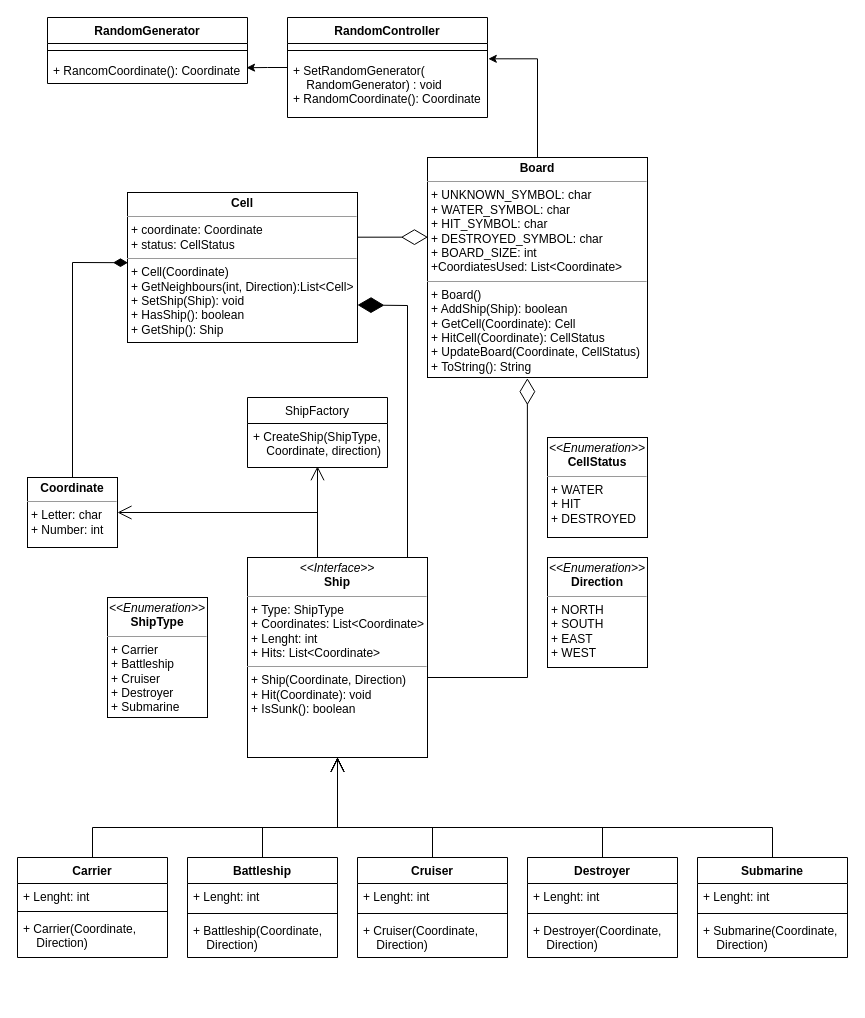
The draw.io diagram UML.drawio in CesarSnake/Battleship, before the edit. Source tidied: cells renumbered, new cells numbered last; positions are measured from the earlier drawing's top-left corner, leaving out a move shared by most shapes. Both pictures are drawn from the tidied source at 100%, with x=0, y=0 at pixel (17, 17).
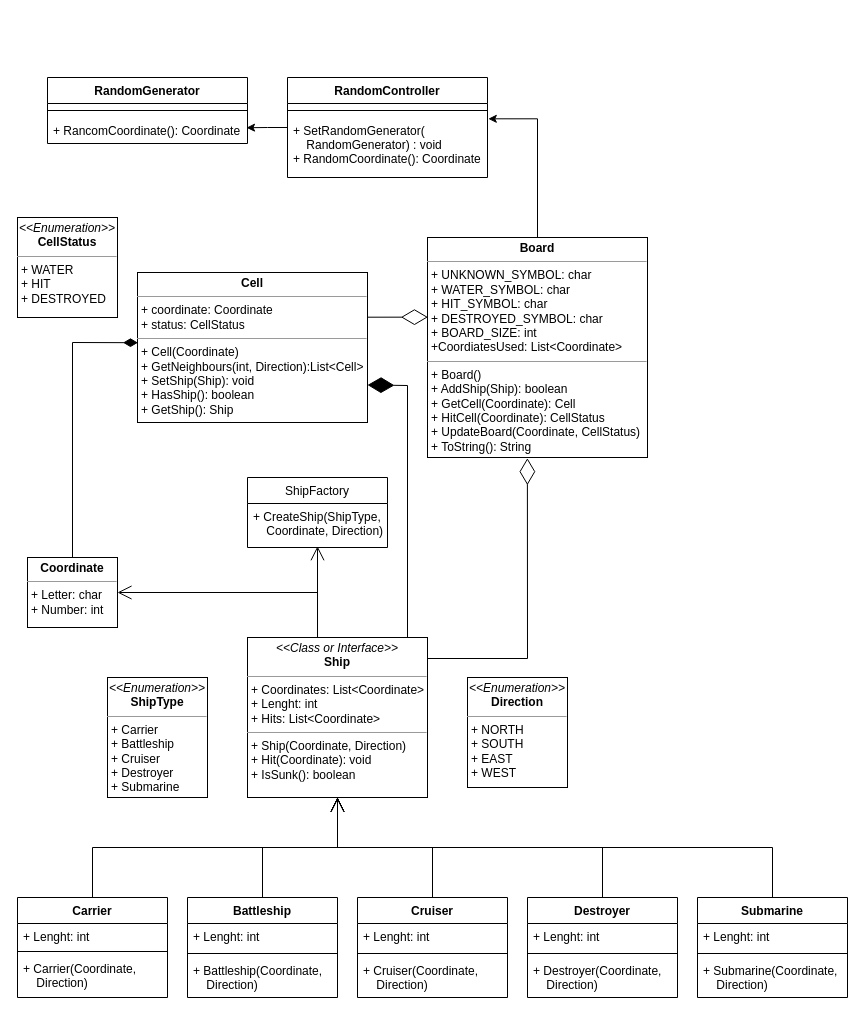
The same page after the edit.

Commit message (it also covers changes not shown here):
Created ShipTest [Broke build] Pending to implement Ship methods

Change to the diagram source:
```diff
@@
-    <mxCell id="2" value="&lt;p style=&quot;margin: 0px ; margin-top: 4px ; text-align: center&quot;&gt;&lt;i&gt;&amp;lt;&amp;lt;Interface&amp;gt;&amp;gt;&lt;/i&gt;&lt;br&gt;&lt;b&gt;Ship&lt;/b&gt;&lt;/p&gt;&lt;hr size=&quot;1&quot;&gt;&lt;p style=&quot;margin: 0px ; margin-left: 4px&quot;&gt;+ Type: ShipType&lt;/p&gt;&lt;p style=&quot;margin: 0px ; margin-left: 4px&quot;&gt;+ Coordinates: List&amp;lt;Coordinate&amp;gt;&lt;br&gt;&lt;/p&gt;&lt;p style=&quot;margin: 0px ; margin-left: 4px&quot;&gt;+ Lenght: int&lt;/p&gt;&lt;p style=&quot;margin: 0px ; margin-left: 4px&quot;&gt;+ Hits: List&amp;lt;Coordinate&amp;gt;&lt;/p&gt;&lt;hr size=&quot;1&quot;&gt;&lt;p style=&quot;margin: 0px ; margin-left: 4px&quot;&gt;+ Ship(Coordinate, Direction)&lt;/p&gt;&lt;p style=&quot;margin: 0px ; margin-left: 4px&quot;&gt;+ Hit(Coordinate): void&lt;br&gt;+ IsSunk(): boolean&lt;/p&gt;" style="verticalAlign=top;align=left;overflow=fill;fontSize=12;fontFamily=Helvetica;html=1;" parent="1" vertex="1">
-      <mxGeometry x="230" y="540" width="180" height="200" as="geometry" />
+    <mxCell id="2" value="&lt;p style=&quot;margin: 0px ; margin-top: 4px ; text-align: center&quot;&gt;&lt;i&gt;&amp;lt;&amp;lt;Class or Interface&amp;gt;&amp;gt;&lt;/i&gt;&lt;br&gt;&lt;b&gt;Ship&lt;/b&gt;&lt;/p&gt;&lt;hr size=&quot;1&quot;&gt;&lt;p style=&quot;margin: 0px ; margin-left: 4px&quot;&gt;&lt;span&gt;+ Coordinates: List&amp;lt;Coordinate&amp;gt;&lt;/span&gt;&lt;br&gt;&lt;/p&gt;&lt;p style=&quot;margin: 0px ; margin-left: 4px&quot;&gt;+ Lenght: int&lt;/p&gt;&lt;p style=&quot;margin: 0px ; margin-left: 4px&quot;&gt;+ Hits: List&amp;lt;Coordinate&amp;gt;&lt;/p&gt;&lt;hr size=&quot;1&quot;&gt;&lt;p style=&quot;margin: 0px ; margin-left: 4px&quot;&gt;+ Ship(Coordinate, Direction)&lt;/p&gt;&lt;p style=&quot;margin: 0px ; margin-left: 4px&quot;&gt;+ Hit(Coordinate): void&lt;br&gt;+ IsSunk(): boolean&lt;/p&gt;" style="verticalAlign=top;align=left;overflow=fill;fontSize=12;fontFamily=Helvetica;html=1;" parent="1" vertex="1">
+      <mxGeometry x="230" y="620" width="180" height="160" as="geometry" />
     </mxCell>
     <mxCell id="3" value="&lt;p style=&quot;margin: 0px ; margin-top: 4px ; text-align: center&quot;&gt;&lt;i&gt;&amp;lt;&amp;lt;Enumeration&amp;gt;&amp;gt;&lt;/i&gt;&lt;br&gt;&lt;b&gt;ShipType&lt;/b&gt;&lt;/p&gt;&lt;hr size=&quot;1&quot;&gt;&lt;p style=&quot;margin: 0px ; margin-left: 4px&quot;&gt;+ Carrier&lt;/p&gt;&lt;p style=&quot;margin: 0px ; margin-left: 4px&quot;&gt;+ Battleship&lt;/p&gt;&lt;p style=&quot;margin: 0px ; margin-left: 4px&quot;&gt;+ Cruiser&lt;/p&gt;&lt;p style=&quot;margin: 0px ; margin-left: 4px&quot;&gt;+ Destroyer&lt;/p&gt;&lt;p style=&quot;margin: 0px ; margin-left: 4px&quot;&gt;+ Submarine&lt;/p&gt;" style="verticalAlign=top;align=left;overflow=fill;fontSize=12;fontFamily=Helvetica;html=1;" parent="1" vertex="1">
-      <mxGeometry x="90" y="580" width="100" height="120" as="geometry" />
+      <mxGeometry x="90" y="660" width="100" height="120" as="geometry" />
     </mxCell>
     <mxCell id="4" value="&lt;p style=&quot;margin: 0px ; margin-top: 4px ; text-align: center&quot;&gt;&lt;b&gt;Coordinate&lt;/b&gt;&lt;/p&gt;&lt;hr size=&quot;1&quot;&gt;&lt;p style=&quot;margin: 0px ; margin-left: 4px&quot;&gt;+ Letter: char&lt;/p&gt;&lt;p style=&quot;margin: 0px ; margin-left: 4px&quot;&gt;+ Number: int&lt;/p&gt;" style="verticalAlign=top;align=left;overflow=fill;fontSize=12;fontFamily=Helvetica;html=1;" parent="1" vertex="1">
-      <mxGeometry x="10" y="460" width="90" height="70" as="geometry" />
+      <mxGeometry x="10" y="540" width="90" height="70" as="geometry" />
     </mxCell>
     <mxCell id="5" value="Carrier" style="swimlane;fontStyle=1;align=center;verticalAlign=top;horizontal=1;startSize=26;" parent="1" vertex="1">
-      <mxGeometry y="840" width="150" height="100" as="geometry" />
+      <mxGeometry y="880" width="150" height="100" as="geometry" />
     </mxCell>
@@
     <mxCell id="9" value="Battleship" style="swimlane;fontStyle=1;align=center;verticalAlign=top;horizontal=1;startSize=26;" parent="1" vertex="1">
-      <mxGeometry x="170" y="840" width="150" height="100" as="geometry" />
+      <mxGeometry x="170" y="880" width="150" height="100" as="geometry" />
     </mxCell>
@@
     <mxCell id="13" value="Submarine" style="swimlane;fontStyle=1;align=center;verticalAlign=top;horizontal=1;startSize=26;" parent="1" vertex="1">
-      <mxGeometry x="680" y="840" width="150" height="100" as="geometry" />
+      <mxGeometry x="680" y="880" width="150" height="100" as="geometry" />
     </mxCell>
@@
     <mxCell id="17" value="Destroyer" style="swimlane;fontStyle=1;align=center;verticalAlign=top;horizontal=1;startSize=26;" parent="1" vertex="1">
-      <mxGeometry x="510" y="840" width="150" height="100" as="geometry" />
+      <mxGeometry x="510" y="880" width="150" height="100" as="geometry" />
     </mxCell>
@@
     <mxCell id="21" value="Cruiser" style="swimlane;fontStyle=1;align=center;verticalAlign=top;horizontal=1;startSize=26;" parent="1" vertex="1">
-      <mxGeometry x="340" y="840" width="150" height="100" as="geometry" />
+      <mxGeometry x="340" y="880" width="150" height="100" as="geometry" />
     </mxCell>
@@
     <mxCell id="26" value="&lt;p style=&quot;margin: 0px ; margin-top: 4px ; text-align: center&quot;&gt;&lt;b&gt;Board&lt;/b&gt;&lt;/p&gt;&lt;hr size=&quot;1&quot;&gt;&lt;p style=&quot;margin: 0px 0px 0px 4px&quot;&gt;+ UNKNOWN_SYMBOL: char&lt;/p&gt;&lt;p style=&quot;margin: 0px ; margin-left: 4px&quot;&gt;+ WATER_SYMBOL: char&lt;br&gt;&lt;/p&gt;&lt;p style=&quot;margin: 0px ; margin-left: 4px&quot;&gt;&lt;span&gt;+ HIT_SYMBOL: char&lt;/span&gt;&lt;br&gt;&lt;/p&gt;&lt;p style=&quot;margin: 0px ; margin-left: 4px&quot;&gt;+ DESTROYED_SYMBOL: char&lt;br&gt;+ BOARD_SIZE: int&lt;br&gt;+CoordiatesUsed: List&amp;lt;Coordinate&amp;gt;&lt;/p&gt;&lt;hr size=&quot;1&quot;&gt;&lt;p style=&quot;margin: 0px ; margin-left: 4px&quot;&gt;+ Board()&lt;/p&gt;&lt;p style=&quot;margin: 0px ; margin-left: 4px&quot;&gt;+ AddShip(Ship): boolean&lt;/p&gt;&lt;p style=&quot;margin: 0px ; margin-left: 4px&quot;&gt;+ GetCell(Coordinate): Cell&lt;br&gt;&lt;/p&gt;&lt;p style=&quot;margin: 0px ; margin-left: 4px&quot;&gt;+ HitCell(Coordinate): CellStatus&lt;/p&gt;&lt;p style=&quot;margin: 0px ; margin-left: 4px&quot;&gt;+ UpdateBoard(Coordinate, CellStatus)&lt;/p&gt;&lt;p style=&quot;margin: 0px ; margin-left: 4px&quot;&gt;+ ToString(): String&lt;/p&gt;&lt;p style=&quot;margin: 0px ; margin-left: 4px&quot;&gt;&lt;br&gt;&lt;/p&gt;" style="verticalAlign=top;align=left;overflow=fill;fontSize=12;fontFamily=Helvetica;html=1;" parent="1" vertex="1">
-      <mxGeometry x="410" y="140" width="220" height="220" as="geometry" />
+      <mxGeometry x="410" y="220" width="220" height="220" as="geometry" />
     </mxCell>
     <mxCell id="27" value="&lt;p style=&quot;margin: 0px ; margin-top: 4px ; text-align: center&quot;&gt;&lt;b&gt;Cell&lt;/b&gt;&lt;/p&gt;&lt;hr size=&quot;1&quot;&gt;&lt;p style=&quot;margin: 0px ; margin-left: 4px&quot;&gt;+ coordinate: Coordinate&lt;/p&gt;&lt;p style=&quot;margin: 0px ; margin-left: 4px&quot;&gt;+ status: CellStatus&lt;/p&gt;&lt;hr size=&quot;1&quot;&gt;&lt;p style=&quot;margin: 0px ; margin-left: 4px&quot;&gt;+ Cell(Coordinate)&lt;/p&gt;&lt;p style=&quot;margin: 0px ; margin-left: 4px&quot;&gt;+ GetNeighbours(int, Direction):List&amp;lt;Cell&amp;gt;&lt;/p&gt;&lt;p style=&quot;margin: 0px ; margin-left: 4px&quot;&gt;+ SetShip(Ship): void&lt;/p&gt;&lt;p style=&quot;margin: 0px ; margin-left: 4px&quot;&gt;+ HasShip(): boolean&lt;/p&gt;&lt;p style=&quot;margin: 0px ; margin-left: 4px&quot;&gt;+ GetShip(): Ship&lt;/p&gt;" style="verticalAlign=top;align=left;overflow=fill;fontSize=12;fontFamily=Helvetica;html=1;" parent="1" vertex="1">
-      <mxGeometry x="110" y="175" width="230" height="150" as="geometry" />
+      <mxGeometry x="120" y="255" width="230" height="150" as="geometry" />
     </mxCell>
@@
     <mxCell id="29" style="endArrow=diamondThin;endFill=1;endSize=12;html=1;rounded=0;entryX=0.002;entryY=0.468;entryDx=0;entryDy=0;exitX=0.5;exitY=0;exitDx=0;exitDy=0;entryPerimeter=0;" parent="1" edge="1" source="4" target="27">
       <mxGeometry relative="1" as="geometry">
         <Array as="points">
-          <mxPoint x="55" y="245" />
+          <mxPoint x="55" y="325" />
         </Array>
       </mxGeometry>
     </mxCell>
     <mxCell id="30" style="endArrow=open;endFill=1;endSize=12;html=1;rounded=0;entryX=0.5;entryY=1;entryDx=0;entryDy=0;exitX=0.5;exitY=0;exitDx=0;exitDy=0;" parent="1" edge="1" source="13" target="2">
       <mxGeometry relative="1" as="geometry">
         <Array as="points">
-          <mxPoint x="755" y="810" />
-          <mxPoint x="320" y="810" />
+          <mxPoint x="755" y="830" />
+          <mxPoint x="320" y="830" />
         </Array>
       </mxGeometry>
     </mxCell>
     <mxCell id="31" style="endArrow=open;endFill=1;endSize=12;html=1;rounded=0;entryX=0.5;entryY=1;entryDx=0;entryDy=0;exitX=0.5;exitY=0;exitDx=0;exitDy=0;" parent="1" edge="1" source="5" target="2">
       <mxGeometry relative="1" as="geometry">
         <Array as="points">
-          <mxPoint x="75" y="810" />
-          <mxPoint x="320" y="810" />
+          <mxPoint x="75" y="830" />
+          <mxPoint x="320" y="830" />
         </Array>
       </mxGeometry>
     </mxCell>
-    <mxCell id="32" style="endArrow=open;endFill=1;endSize=12;html=1;rounded=0;exitX=0.5;exitY=0;exitDx=0;exitDy=0;" parent="1" edge="1" source="17">
+    <mxCell id="32" style="endArrow=open;endFill=1;endSize=12;html=1;rounded=0;exitX=0.5;exitY=0;exitDx=0;exitDy=0;entryX=0.5;entryY=1;entryDx=0;entryDy=0;" parent="1" edge="1" source="17" target="2">
       <mxGeometry relative="1" as="geometry">
-        <mxPoint x="320" y="740" as="targetPoint" />
         <Array as="points">
-          <mxPoint x="585" y="810" />
-          <mxPoint x="320" y="810" />
+          <mxPoint x="585" y="830" />
+          <mxPoint x="320" y="830" />
         </Array>
       </mxGeometry>
     </mxCell>
-    <mxCell id="33" style="endArrow=open;endFill=1;endSize=12;html=1;rounded=0;exitX=0.5;exitY=0;exitDx=0;exitDy=0;" parent="1" edge="1" source="9">
+    <mxCell id="33" style="endArrow=open;endFill=1;endSize=12;html=1;rounded=0;exitX=0.5;exitY=0;exitDx=0;exitDy=0;" parent="1" edge="1" source="9" target="2">
       <mxGeometry relative="1" as="geometry">
-        <mxPoint x="320" y="740" as="targetPoint" />
         <Array as="points">
-          <mxPoint x="245" y="810" />
-          <mxPoint x="320" y="810" />
+          <mxPoint x="245" y="830" />
+          <mxPoint x="320" y="830" />
         </Array>
       </mxGeometry>
     </mxCell>
-    <mxCell id="34" style="endArrow=open;endFill=1;endSize=12;html=1;rounded=0;exitX=0.5;exitY=0;exitDx=0;exitDy=0;" parent="1" edge="1" source="21">
+    <mxCell id="34" style="endArrow=open;endFill=1;endSize=12;html=1;rounded=0;exitX=0.5;exitY=0;exitDx=0;exitDy=0;entryX=0.5;entryY=1;entryDx=0;entryDy=0;" parent="1" edge="1" source="21" target="2">
       <mxGeometry relative="1" as="geometry">
-        <mxPoint x="320" y="740" as="targetPoint" />
         <Array as="points">
-          <mxPoint x="415" y="810" />
-          <mxPoint x="320" y="810" />
+          <mxPoint x="415" y="830" />
+          <mxPoint x="320" y="830" />
         </Array>
       </mxGeometry>
     </mxCell>
-    <mxCell id="35" style="endArrow=diamondThin;endFill=0;endSize=24;html=1;rounded=0;entryX=0.454;entryY=1.003;entryDx=0;entryDy=0;exitX=1;exitY=0.6;exitDx=0;exitDy=0;exitPerimeter=0;entryPerimeter=0;" parent="1" edge="1" source="2" target="26">
+    <mxCell id="35" style="endArrow=diamondThin;endFill=0;endSize=24;html=1;rounded=0;entryX=0.454;entryY=1.003;entryDx=0;entryDy=0;entryPerimeter=0;" parent="1" edge="1" target="26">
       <mxGeometry relative="1" as="geometry">
+        <mxPoint x="410" y="641" as="sourcePoint" />
         <Array as="points">
-          <mxPoint x="510" y="660" />
+          <mxPoint x="510" y="641" />
         </Array>
       </mxGeometry>
     </mxCell>
     <mxCell id="36" value="&lt;p style=&quot;margin: 0px ; margin-top: 4px ; text-align: center&quot;&gt;&lt;i&gt;&amp;lt;&amp;lt;Enumeration&amp;gt;&amp;gt;&lt;/i&gt;&lt;br&gt;&lt;b&gt;CellStatus&lt;/b&gt;&lt;/p&gt;&lt;hr size=&quot;1&quot;&gt;&lt;p style=&quot;margin: 0px ; margin-left: 4px&quot;&gt;+ WATER&lt;br&gt;&lt;/p&gt;&lt;p style=&quot;margin: 0px ; margin-left: 4px&quot;&gt;+ HIT&lt;/p&gt;&lt;p style=&quot;margin: 0px ; margin-left: 4px&quot;&gt;+ DESTROYED&lt;/p&gt;" style="verticalAlign=top;align=left;overflow=fill;fontSize=12;fontFamily=Helvetica;html=1;" parent="1" vertex="1">
-      <mxGeometry x="530" y="420" width="100" height="100" as="geometry" />
+      <mxGeometry y="200" width="100" height="100" as="geometry" />
     </mxCell>
     <mxCell id="37" value="&lt;p style=&quot;margin: 0px ; margin-top: 4px ; text-align: center&quot;&gt;&lt;i&gt;&amp;lt;&amp;lt;Enumeration&amp;gt;&amp;gt;&lt;/i&gt;&lt;br&gt;&lt;b&gt;Direction&lt;/b&gt;&lt;/p&gt;&lt;hr size=&quot;1&quot;&gt;&lt;p style=&quot;margin: 0px ; margin-left: 4px&quot;&gt;+ NORTH&lt;br&gt;&lt;/p&gt;&lt;p style=&quot;margin: 0px ; margin-left: 4px&quot;&gt;+ SOUTH&lt;/p&gt;&lt;p style=&quot;margin: 0px ; margin-left: 4px&quot;&gt;+ EAST&lt;/p&gt;&lt;p style=&quot;margin: 0px ; margin-left: 4px&quot;&gt;+ WEST&lt;/p&gt;" style="verticalAlign=top;align=left;overflow=fill;fontSize=12;fontFamily=Helvetica;html=1;" parent="1" vertex="1">
-      <mxGeometry x="530" y="540" width="100" height="110" as="geometry" />
+      <mxGeometry x="450" y="660" width="100" height="110" as="geometry" />
     </mxCell>
     <mxCell id="38" value="ShipFactory" style="swimlane;fontStyle=0;horizontal=1;startSize=26;fillColor=none;" parent="1" vertex="1">
-      <mxGeometry x="230" y="380" width="140" height="70" as="geometry" />
+      <mxGeometry x="230" y="460" width="140" height="70" as="geometry" />
     </mxCell>
-    <mxCell id="39" value="+ CreateShip(ShipType, &#10;    Coordinate, direction)&#10;" style="text;strokeColor=none;fillColor=none;align=left;verticalAlign=top;spacingLeft=4;spacingRight=4;overflow=hidden;points=[[0,0.5],[1,0.5]];portConstraint=eastwest;" parent="38" vertex="1">
+    <mxCell id="39" value="+ CreateShip(ShipType, &#10;    Coordinate, Direction)&#10;" style="text;strokeColor=none;fillColor=none;align=left;verticalAlign=top;spacingLeft=4;spacingRight=4;overflow=hidden;points=[[0,0.5],[1,0.5]];portConstraint=eastwest;" parent="38" vertex="1">
       <mxGeometry y="26" width="140" height="44" as="geometry" />
     </mxCell>
@@
     <mxCell id="41" style="endArrow=open;endFill=1;endSize=12;html=1;rounded=0;entryX=1;entryY=0.5;entryDx=0;entryDy=0;" parent="1" edge="1" target="4">
       <mxGeometry relative="1" as="geometry">
-        <mxPoint x="300" y="540" as="sourcePoint" />
+        <mxPoint x="300" y="620" as="sourcePoint" />
         <Array as="points">
-          <mxPoint x="300" y="495" />
+          <mxPoint x="300" y="575" />
         </Array>
       </mxGeometry>
     </mxCell>
     <mxCell id="42" style="endArrow=diamondThin;endFill=1;endSize=24;html=1;rounded=0;entryX=1;entryY=0.75;entryDx=0;entryDy=0;" parent="1" edge="1" target="27">
       <mxGeometry relative="1" as="geometry">
-        <mxPoint x="390" y="540" as="sourcePoint" />
+        <mxPoint x="390" y="620" as="sourcePoint" />
         <Array as="points">
-          <mxPoint x="390" y="288" />
+          <mxPoint x="390" y="368" />
         </Array>
       </mxGeometry>
     </mxCell>
@@
     <mxCell id="44" value="RandomController" style="swimlane;fontStyle=1;align=center;verticalAlign=top;horizontal=1;startSize=26;" parent="1" vertex="1">
-      <mxGeometry x="270" width="200" height="100" as="geometry" />
+      <mxGeometry x="270" y="60" width="200" height="100" as="geometry" />
     </mxCell>
@@
     <mxCell id="47" value="RandomGenerator" style="swimlane;fontStyle=1;align=center;verticalAlign=top;horizontal=1;startSize=26;" parent="1" vertex="1">
-      <mxGeometry x="30" width="200" height="66" as="geometry" />
+      <mxGeometry x="30" y="60" width="200" height="66" as="geometry" />
     </mxCell>
```
